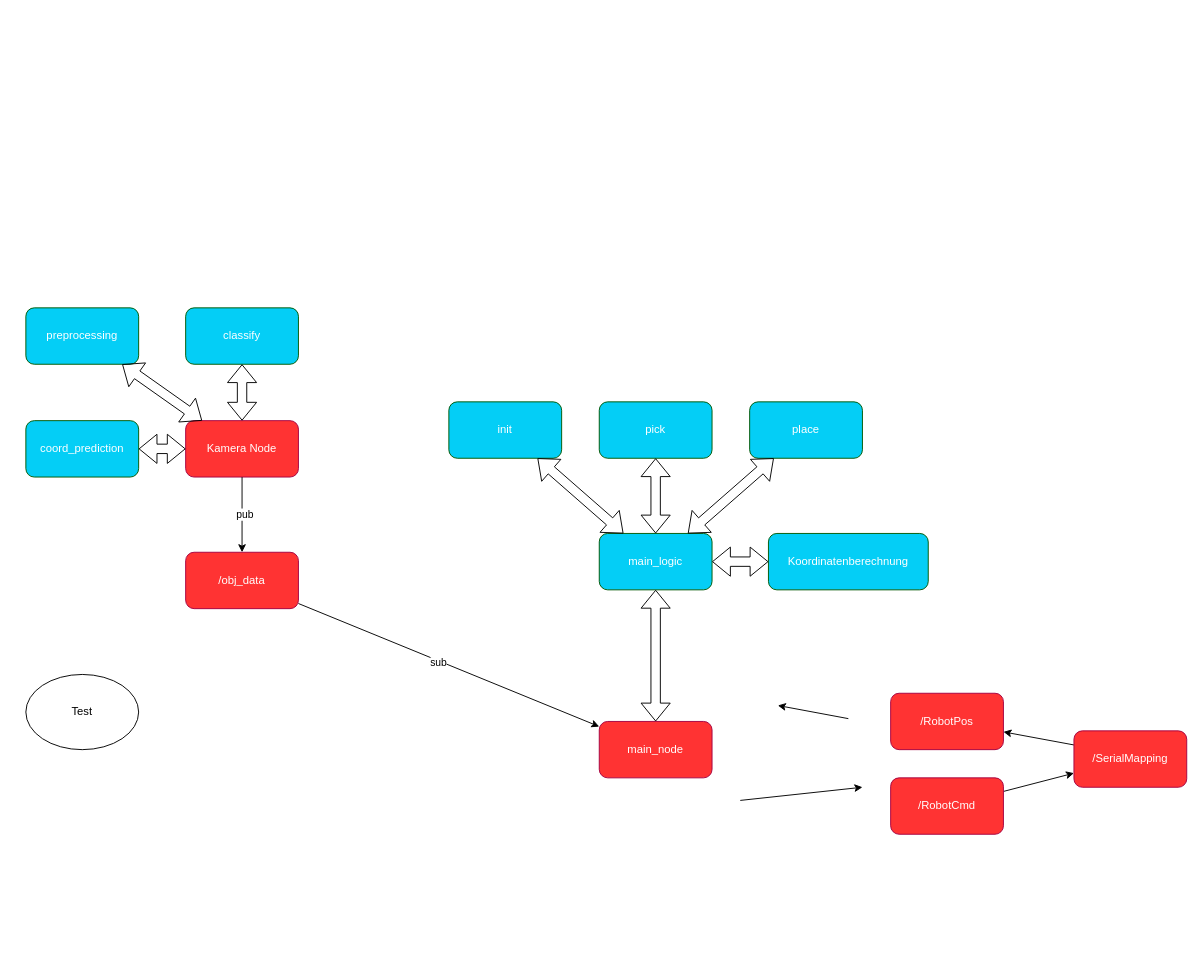
Above: AA_Software_Architektur/SW_architecture_simple.drawio in ibinsandig/Portal-zur-Exmatrikulation (draw.io), before the change. Source tidied: cells renumbered, new cells numbered last; positions are measured from the earlier drawing's top-left corner, leaving out a move shared by most shapes. Both pictures are drawn from the tidied source at 94%, with x=0, y=0 at pixel (25, 307).
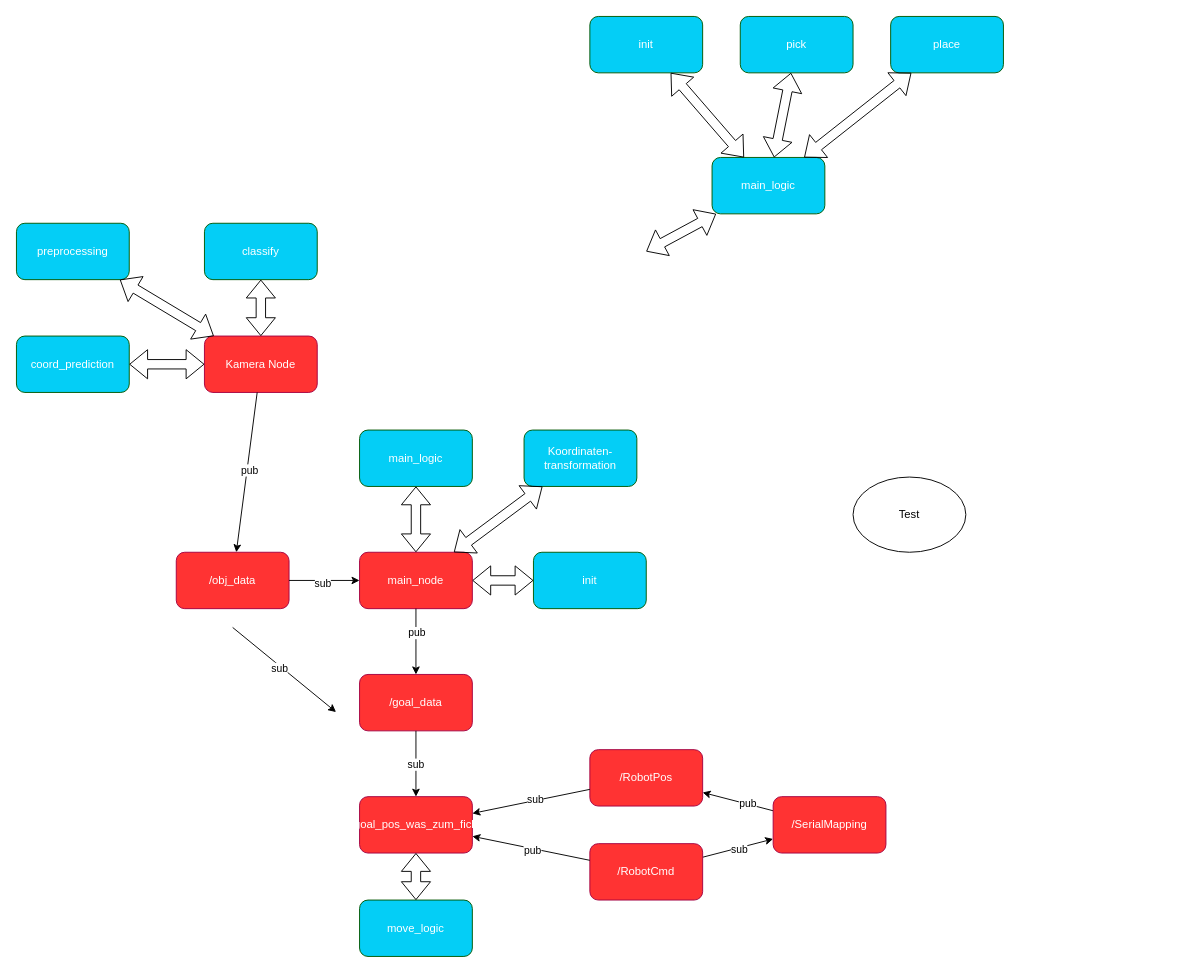
Above is the later version.

Commit message:
es ist wieder da

The change refers to these unchanged cells:
```xml
<mxCell id="23" style="edgeStyle=none;html=1;entryX=0;entryY=0.75;entryDx=0;entryDy=0;" parent="1" edge="1" source="24" target="26">
  <mxGeometry relative="1" as="geometry" />
</mxCell>
<mxCell id="25" style="edgeStyle=none;html=1;exitX=0;exitY=0.25;exitDx=0;exitDy=0;" parent="1" edge="1" source="26" target="27">
  <mxGeometry relative="1" as="geometry" />
</mxCell>
```

What changed in the source:
```diff
@@
     <mxCell id="2" value="Kamera Node" style="rounded=1;whiteSpace=wrap;html=1;fillColor=#FF3333;fontColor=#ffffff;strokeColor=#A50040;" parent="1" vertex="1">
-      <mxGeometry x="170" y="120" width="120" height="60" as="geometry" />
+      <mxGeometry x="190" y="30" width="120" height="60" as="geometry" />
     </mxCell>
     <mxCell id="3" value="preprocessing" style="rounded=1;whiteSpace=wrap;html=1;fillColor=light-dark(#04cef6, #43ba43);fontColor=#ffffff;strokeColor=#005700;" parent="1" vertex="1">
-      <mxGeometry width="120" height="60" as="geometry" />
+      <mxGeometry x="-10" y="-90" width="120" height="60" as="geometry" />
     </mxCell>
     <mxCell id="4" value="classify" style="rounded=1;whiteSpace=wrap;html=1;fillColor=light-dark(#04cef6, #43ba43);fontColor=#ffffff;strokeColor=#005700;" parent="1" vertex="1">
-      <mxGeometry x="170" width="120" height="60" as="geometry" />
+      <mxGeometry x="190" y="-90" width="120" height="60" as="geometry" />
     </mxCell>
     <mxCell id="5" value="coord_prediction" style="rounded=1;whiteSpace=wrap;html=1;fillColor=light-dark(#04cef6, #43ba43);fontColor=#ffffff;strokeColor=#005700;" parent="1" vertex="1">
-      <mxGeometry y="120" width="120" height="60" as="geometry" />
+      <mxGeometry x="-10" y="30" width="120" height="60" as="geometry" />
     </mxCell>
@@
     <mxCell id="9" value="/obj_data" style="rounded=1;whiteSpace=wrap;html=1;fillColor=#FF3333;fontColor=#ffffff;strokeColor=#A50040;" parent="1" vertex="1">
-      <mxGeometry x="170" y="260" width="120" height="60" as="geometry" />
+      <mxGeometry x="160" y="260" width="120" height="60" as="geometry" />
     </mxCell>
@@
     <mxCell id="12" value="main_node" style="rounded=1;whiteSpace=wrap;html=1;fillColor=#FF3333;fontColor=#ffffff;strokeColor=#A50040;" parent="1" vertex="1">
-      <mxGeometry x="610" y="440" width="120" height="60" as="geometry" />
+      <mxGeometry x="355" y="260" width="120" height="60" as="geometry" />
     </mxCell>
@@
     <mxCell id="15" value="main_logic" style="rounded=1;whiteSpace=wrap;html=1;fillColor=light-dark(#04cef6, #43ba43);fontColor=#ffffff;strokeColor=#005700;" parent="1" vertex="1">
-      <mxGeometry x="610" y="240" width="120" height="60" as="geometry" />
+      <mxGeometry x="730" y="-160" width="120" height="60" as="geometry" />
     </mxCell>
     <mxCell id="16" value="pick" style="rounded=1;whiteSpace=wrap;html=1;fillColor=light-dark(#04cef6, #43ba43);fontColor=#ffffff;strokeColor=#005700;" parent="1" vertex="1">
-      <mxGeometry x="610" y="100" width="120" height="60" as="geometry" />
+      <mxGeometry x="760" y="-310" width="120" height="60" as="geometry" />
     </mxCell>
     <mxCell id="17" value="place" style="rounded=1;whiteSpace=wrap;html=1;fillColor=light-dark(#04cef6, #43ba43);fontColor=#ffffff;strokeColor=#005700;" parent="1" vertex="1">
-      <mxGeometry x="770" y="100" width="120" height="60" as="geometry" />
+      <mxGeometry x="920" y="-310" width="120" height="60" as="geometry" />
     </mxCell>
     <mxCell id="18" value="init" style="rounded=1;whiteSpace=wrap;html=1;fillColor=light-dark(#04cef6, #43ba43);fontColor=#ffffff;strokeColor=#005700;" parent="1" vertex="1">
-      <mxGeometry x="450" y="100" width="120" height="60" as="geometry" />
+      <mxGeometry x="600" y="-310" width="120" height="60" as="geometry" />
     </mxCell>
@@
-    <mxCell id="22" style="shape=flexArrow;endArrow=classic;startArrow=classic;html=1;" parent="1" edge="1" source="12" target="15">
-      <mxGeometry relative="1" as="geometry" />
+    <mxCell id="22" style="shape=flexArrow;endArrow=classic;startArrow=classic;html=1;" parent="1" edge="1" target="15">
+      <mxGeometry relative="1" as="geometry">
+        <mxPoint x="660" y="-60" as="sourcePoint" />
+      </mxGeometry>
     </mxCell>
@@
+    <mxCell id="33" value="sub" style="edgeLabel;html=1;align=center;verticalAlign=middle;" parent="23" vertex="1">
+      <mxGeometry x="0.01" y="-1" relative="1" as="geometry" />
+    </mxCell>
     <mxCell id="24" value="/RobotCmd" style="rounded=1;whiteSpace=wrap;html=1;fillColor=#FF3333;fontColor=#ffffff;strokeColor=#A50040;" parent="1" vertex="1">
-      <mxGeometry x="920" y="500" width="120" height="60" as="geometry" />
+      <mxGeometry x="600" y="570" width="120" height="60" as="geometry" />
     </mxCell>
@@
+    <mxCell id="34" value="pub" style="edgeLabel;html=1;align=center;verticalAlign=middle;" parent="25" vertex="1">
+      <mxGeometry x="-0.29" relative="1" as="geometry" />
+    </mxCell>
     <mxCell id="26" value="/SerialMapping" style="rounded=1;whiteSpace=wrap;html=1;fillColor=#FF3333;fontColor=#ffffff;strokeColor=#A50040;" parent="1" vertex="1">
-      <mxGeometry x="1115" y="450" width="120" height="60" as="geometry" />
+      <mxGeometry x="795" y="520" width="120" height="60" as="geometry" />
     </mxCell>
     <mxCell id="27" value="/RobotPos" style="rounded=1;whiteSpace=wrap;html=1;fillColor=#FF3333;fontColor=#ffffff;strokeColor=#A50040;" parent="1" vertex="1">
-      <mxGeometry x="920" y="410" width="120" height="60" as="geometry" />
+      <mxGeometry x="600" y="470" width="120" height="60" as="geometry" />
     </mxCell>
     <mxCell id="28" value="Test" style="ellipse;whiteSpace=wrap;html=1;" parent="1" vertex="1">
-      <mxGeometry y="390" width="120" height="80" as="geometry" />
+      <mxGeometry x="880" y="180" width="120" height="80" as="geometry" />
     </mxCell>
-    <mxCell id="29" value="Koordinatenberechnung" style="rounded=1;whiteSpace=wrap;html=1;fillColor=light-dark(#04cef6, #43ba43);fontColor=#ffffff;strokeColor=#005700;" parent="1" vertex="1">
-      <mxGeometry x="790" y="240" width="170" height="60" as="geometry" />
+    <mxCell id="29" style="endArrow=classic;html=1;" parent="1" edge="1" source="27">
+      <mxGeometry relative="1" as="geometry">
+        <mxPoint x="475" y="537.8" as="targetPoint" />
+      </mxGeometry>
     </mxCell>
-    <mxCell id="30" style="shape=flexArrow;endArrow=classic;startArrow=classic;html=1;entryX=0;entryY=0.5;entryDx=0;entryDy=0;exitX=1;exitY=0.5;exitDx=0;exitDy=0;" parent="1" edge="1" source="15" target="29">
-      <mxGeometry relative="1" as="geometry" />
+    <mxCell id="30" value="sub" style="edgeLabel;html=1;align=center;verticalAlign=middle;" parent="29" vertex="1">
+      <mxGeometry x="-0.07" y="-2" relative="1" as="geometry" />
     </mxCell>
-    <mxCell id="31" style="edgeStyle=none;html=1;" parent="1" edge="1">
+    <mxCell id="31" style="edgeStyle=none;html=1;" parent="1" edge="1" source="24">
       <mxGeometry relative="1" as="geometry">
-        <mxPoint x="760" y="524" as="sourcePoint" />
-        <mxPoint x="890" y="510" as="targetPoint" />
+        <mxPoint x="475" y="562.2" as="targetPoint" />
       </mxGeometry>
     </mxCell>
-    <mxCell id="32" style="edgeStyle=none;html=1;exitX=0;exitY=0.25;exitDx=0;exitDy=0;" parent="1" edge="1">
-      <mxGeometry relative="1" as="geometry">
-        <mxPoint x="875" y="437" as="sourcePoint" />
-        <mxPoint x="800" y="423" as="targetPoint" />
-      </mxGeometry>
+    <mxCell id="32" value="pub" style="edgeLabel;html=1;align=center;verticalAlign=middle;" parent="31" vertex="1">
+      <mxGeometry x="-0.03" y="2" relative="1" as="geometry" />
     </mxCell>
+    <mxCell id="35" value="main_logic" style="rounded=1;whiteSpace=wrap;html=1;fillColor=light-dark(#04cef6, #43ba43);fontColor=#ffffff;strokeColor=#005700;" parent="1" vertex="1">
+      <mxGeometry x="355" y="130" width="120" height="60" as="geometry" />
+    </mxCell>
+    <mxCell id="36" style="shape=flexArrow;endArrow=classic;startArrow=classic;html=1;" parent="1" edge="1" source="12" target="35">
+      <mxGeometry relative="1" as="geometry" />
+    </mxCell>
+    <mxCell id="37" value="/goal_data" style="rounded=1;whiteSpace=wrap;html=1;fillColor=#FF3333;fontColor=#ffffff;strokeColor=#A50040;" parent="1" vertex="1">
+      <mxGeometry x="355" y="390" width="120" height="60" as="geometry" />
+    </mxCell>
+    <mxCell id="38" value="goal_pos_was_zum_fick" style="rounded=1;whiteSpace=wrap;html=1;fillColor=#FF3333;fontColor=#ffffff;strokeColor=#A50040;" parent="1" vertex="1">
+      <mxGeometry x="355" y="520" width="120" height="60" as="geometry" />
+    </mxCell>
+    <mxCell id="39" value="move_logic" style="rounded=1;whiteSpace=wrap;html=1;fillColor=light-dark(#04cef6, #43ba43);fontColor=#ffffff;strokeColor=#005700;" parent="1" vertex="1">
+      <mxGeometry x="355" y="630" width="120" height="60" as="geometry" />
+    </mxCell>
+    <mxCell id="40" style="shape=flexArrow;endArrow=classic;startArrow=classic;html=1;" parent="1" edge="1" source="38" target="39">
+      <mxGeometry relative="1" as="geometry" />
+    </mxCell>
+    <mxCell id="41" style="edgeStyle=none;html=1;" parent="1" edge="1" source="12" target="37">
+      <mxGeometry relative="1" as="geometry" />
+    </mxCell>
+    <mxCell id="42" value="pub" style="edgeLabel;html=1;align=center;verticalAlign=middle;" parent="41" vertex="1">
+      <mxGeometry x="-0.29" relative="1" as="geometry" />
+    </mxCell>
+    <mxCell id="43" style="edgeStyle=none;html=1;" parent="1" edge="1" source="37" target="38">
+      <mxGeometry relative="1" as="geometry" />
+    </mxCell>
+    <mxCell id="44" value="sub" style="edgeLabel;html=1;align=center;verticalAlign=middle;" parent="43" vertex="1">
+      <mxGeometry x="0.01" y="-1" relative="1" as="geometry" />
+    </mxCell>
+    <mxCell id="45" style="endArrow=classic;html=1;" parent="1" edge="1">
+      <mxGeometry relative="1" as="geometry">
+        <mxPoint x="220" y="340" as="sourcePoint" />
+        <mxPoint x="330" y="430" as="targetPoint" />
+      </mxGeometry>
+    </mxCell>
+    <mxCell id="46" value="sub" style="edgeLabel;html=1;align=center;verticalAlign=middle;" parent="45" vertex="1">
+      <mxGeometry x="-0.07" y="-2" relative="1" as="geometry" />
+    </mxCell>
+    <mxCell id="47" value="Koordinaten-&lt;div&gt;transformation&lt;/div&gt;" style="rounded=1;whiteSpace=wrap;html=1;fillColor=light-dark(#04cef6, #43ba43);fontColor=#ffffff;strokeColor=#005700;" parent="1" vertex="1">
+      <mxGeometry x="530" y="130" width="120" height="60" as="geometry" />
+    </mxCell>
+    <mxCell id="48" value="init" style="rounded=1;whiteSpace=wrap;html=1;fillColor=light-dark(#04cef6, #43ba43);fontColor=#ffffff;strokeColor=#005700;" parent="1" vertex="1">
+      <mxGeometry x="540" y="260" width="120" height="60" as="geometry" />
+    </mxCell>
+    <mxCell id="49" style="shape=flexArrow;endArrow=classic;startArrow=classic;html=1;" parent="1" edge="1" source="12" target="47">
+      <mxGeometry relative="1" as="geometry" />
+    </mxCell>
+    <mxCell id="50" style="shape=flexArrow;endArrow=classic;startArrow=classic;html=1;exitX=1;exitY=0.5;exitDx=0;exitDy=0;" parent="1" edge="1" source="12" target="48">
+      <mxGeometry relative="1" as="geometry" />
+    </mxCell>
```
